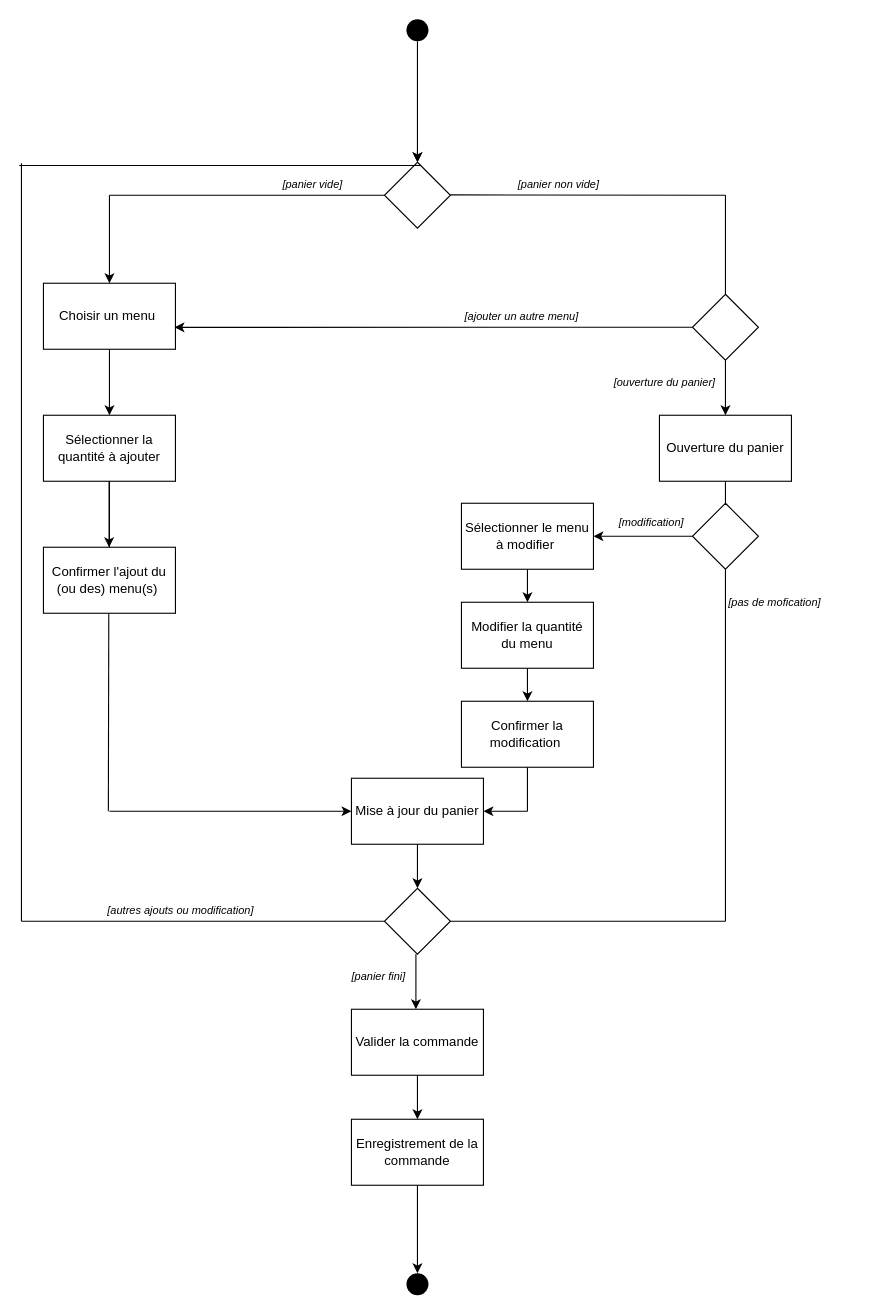
Before: diagrammes/diagramme_activite_commande.drawio in TheAIWizard/Ensaeats, a draw.io diagram. Source tidied: cells renumbered, new cells numbered last; positions are measured from the earlier drawing's top-left corner, leaving out a move shared by most shapes. Both pictures are drawn from the tidied source at 110%, with x=0, y=0 at pixel (19, 19).
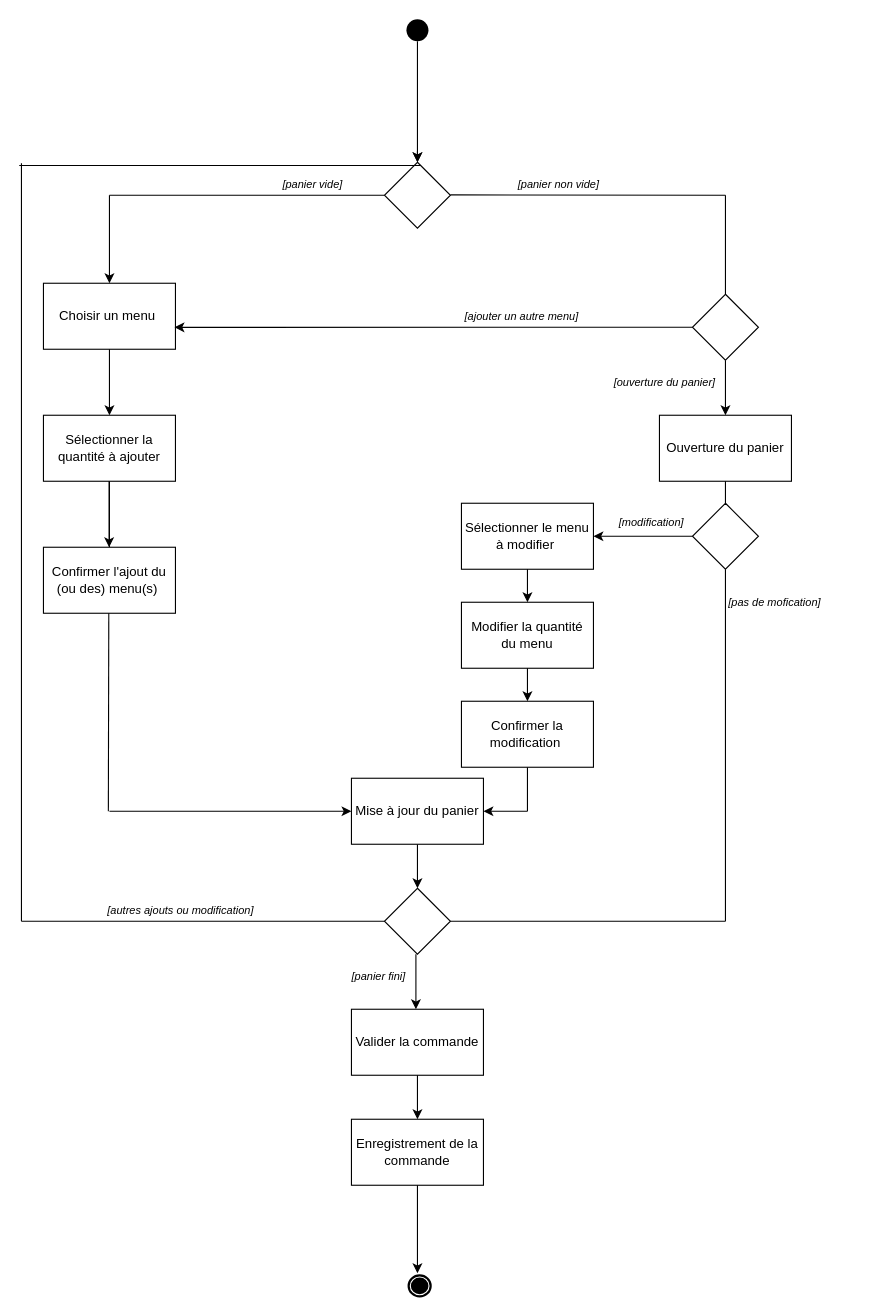
The same page after the edit.

Commit message:
mise a jour

Change to the diagram source:
```diff
@@
-    <mxCell id="52" style="ellipse;strokeColor=none;fontColor=#393C56;fillColor=#000000;" parent="1" vertex="1">
-      <mxGeometry x="352" y="1140" width="20" height="20" as="geometry" />
-    </mxCell>
@@
+    <mxCell id="55" style="verticalLabelPosition=bottom;html=1;verticalAlign=top;strokeWidth=2;shape=mxgraph.lean_mapping.sequenced_pull_ball;" parent="1" vertex="1">
+      <mxGeometry x="354" y="1142" width="20" height="19" as="geometry" />
+    </mxCell>
```
